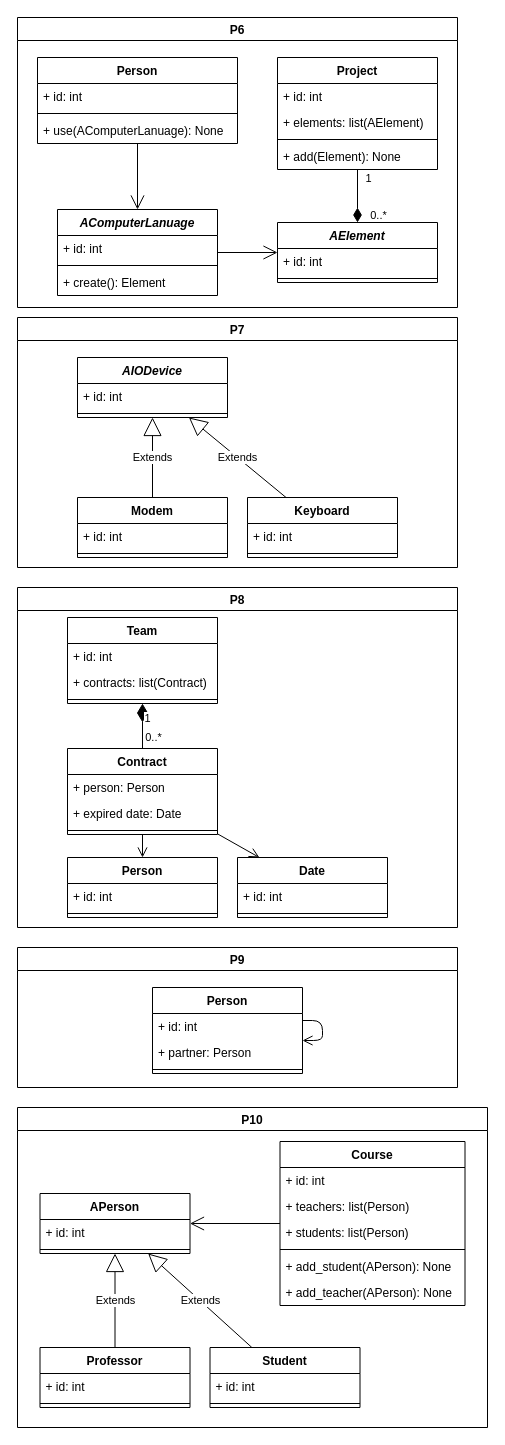
Above: assignment3/P6-P10.drawio in hugowww/PMA (draw.io), before the change. Source tidied: cells renumbered, new cells numbered last; positions are measured from the earlier drawing's top-left corner, leaving out a move shared by most shapes. Both pictures are drawn from the tidied source at 100%, with x=0, y=0 at pixel (17, 17).
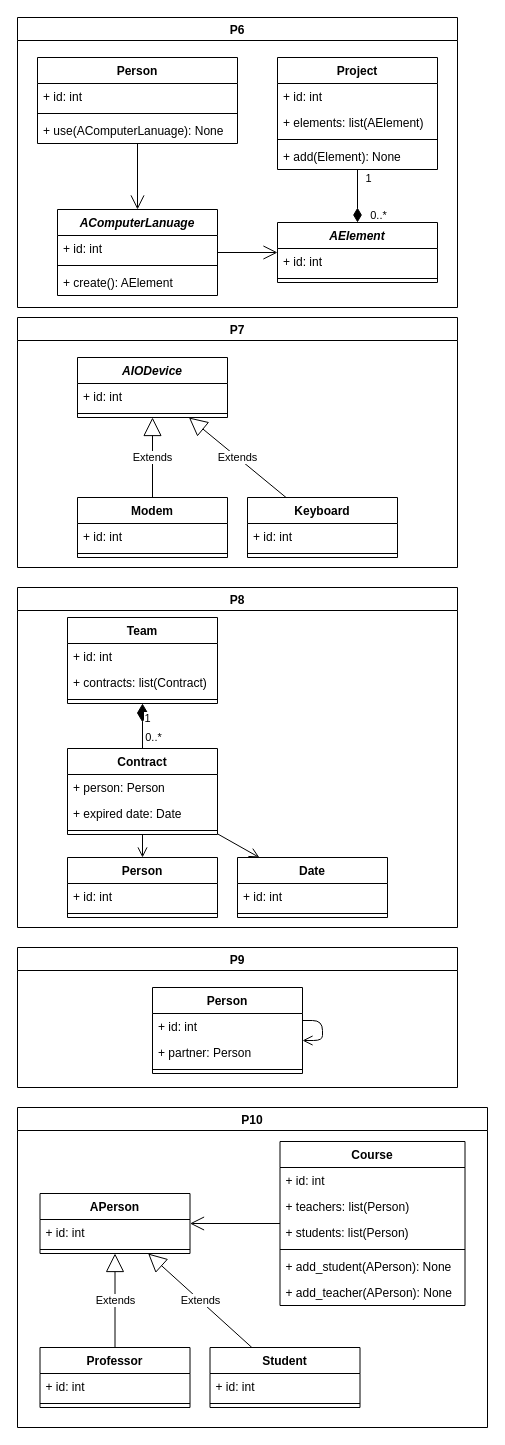
The same page after the edit.

The change refers to these unchanged cells:
```xml
<mxCell id="11" value="AComputerLanuage" style="swimlane;fontStyle=3;align=center;verticalAlign=top;horizontal=1;startSize=26;" parent="2" vertex="1">
  <mxGeometry x="40" y="192" width="160" height="86" as="geometry" />
</mxCell>
```

What changed in the source:
```diff
@@
-    <mxCell id="14" value="+ create(): Element" style="text;strokeColor=none;fillColor=none;align=left;verticalAlign=top;spacingLeft=4;spacingRight=4;overflow=hidden;" parent="11" vertex="1">
+    <mxCell id="14" value="+ create(): AElement" style="text;strokeColor=none;fillColor=none;align=left;verticalAlign=top;spacingLeft=4;spacingRight=4;overflow=hidden;" parent="11" vertex="1">
       <mxGeometry y="60" width="160" height="26" as="geometry" />
     </mxCell>
```
